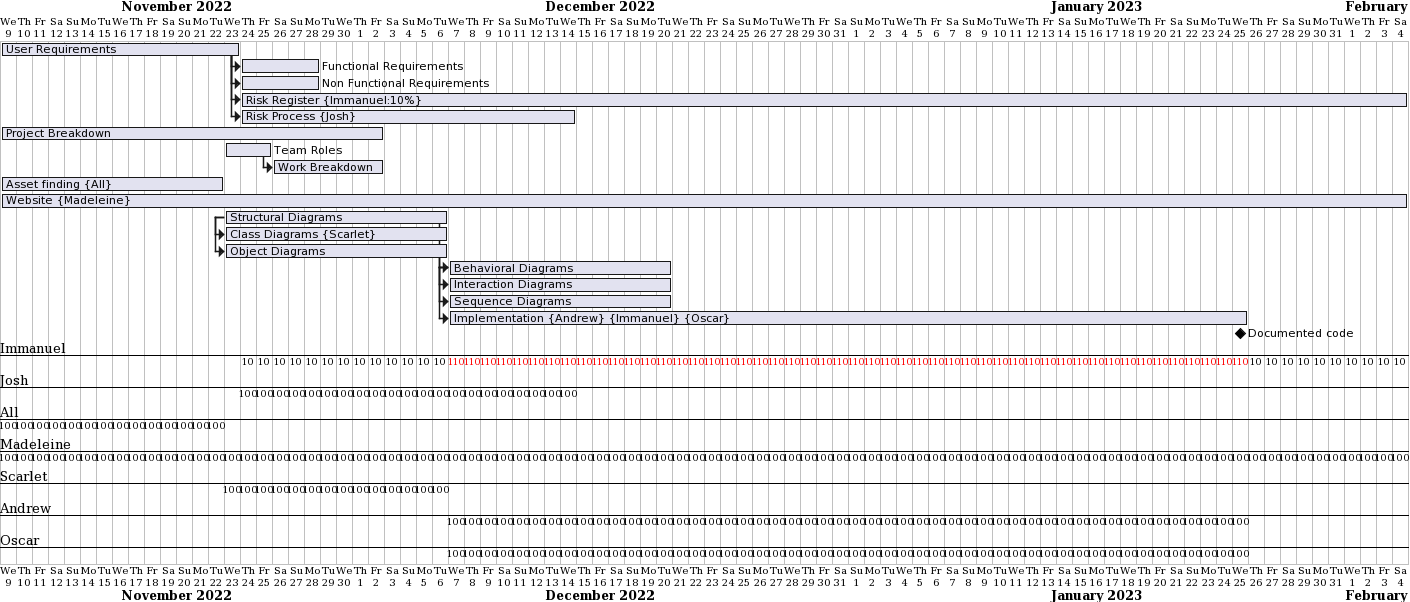
Earlier version of the PlantUML export img/plan2.png (mud66/mud66.github.io). The source it was exported from:
```plantuml
@startgantt
Project starts 2022-11-09

[User Requirements] starts 2022-11-09 and ends 2022-11-23
[Functional Requirements] starts at [User Requirements]'s end and ends 2022-11-28
[Non Functional Requirements] starts at [User Requirements]'s end and ends 2022-11-28
[Risk Register] on {Immanuel:10%} starts at [User Requirements]'s end and ends 2023-02-04
[Risk Process] on {Josh} starts at [User Requirements]'s end and lasts 3 weeks

[Project Breakdown] lasts 24 days

[Team Roles] starts 2022-11-23 and lasts 3 days

[Work Breakdown] starts at [Team Roles]'s end and lasts 7 days

[Asset finding] on {All} lasts 14 days

[Website] on {Madeleine:100%} starts 2022-11-09 and ends 2023-02-04


[Structural Diagrams] starts 2022-11-23 and lasts 14 days
[Class Diagrams] on {Scarlet} starts at [Structural Diagrams]'s start and lasts 14 days
[Object Diagrams] starts at [Structural Diagrams]'s start and lasts 14 days

[Behavioral Diagrams] starts at [Structural Diagrams]'s end and lasts 14 days
[Interaction Diagrams] starts at [Behavioral Diagrams]'s start and lasts 14 days
[Sequence Diagrams] starts at [Behavioral Diagrams]'s start and lasts 14 days

[Implementation] on {Andrew: 100%} {Immanuel: 90%} {Oscar: 100%} starts at [Object Diagrams]'s end and ends 2023-01-25
[Documented code] happens at [Implementation]'s end
@endgantt
```
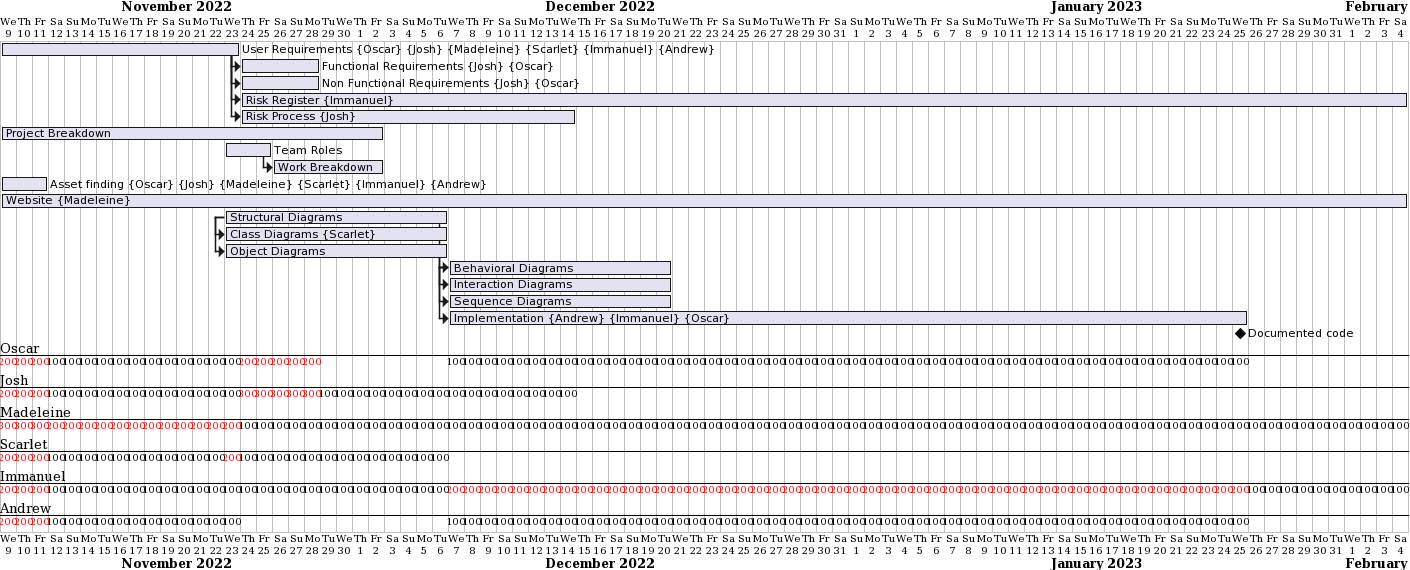
After the commit.

Commit message:
Weekly snapshot update

What changed in the source:
```diff
@@ -1,10 +1,10 @@
 @startgantt
 Project starts 2022-11-09
 
-[User Requirements] starts 2022-11-09 and ends 2022-11-23
-[Functional Requirements] starts at [User Requirements]'s end and ends 2022-11-28
-[Non Functional Requirements] starts at [User Requirements]'s end and ends 2022-11-28
-[Risk Register] on {Immanuel:10%} starts at [User Requirements]'s end and ends 2023-02-04
+[User Requirements] on {Oscar} {Josh} {Madeleine} {Scarlet} {Immanuel} {Andrew} starts 2022-11-09 and ends 2022-11-23
+[Functional Requirements] on {Josh} {Oscar} starts at [User Requirements]'s end and ends 2022-11-28
+[Non Functional Requirements] on {Josh} {Oscar} starts at [User Requirements]'s end and ends 2022-11-28
+[Risk Register] on {Immanuel} starts at [User Requirements]'s end and ends 2023-02-04
 [Risk Process] on {Josh} starts at [User Requirements]'s end and lasts 3 weeks
 
 [Project Breakdown] lasts 24 days
@@ -13,9 +13,9 @@
 
 [Work Breakdown] starts at [Team Roles]'s end and lasts 7 days
 
-[Asset finding] on {All} lasts 14 days
+[Asset finding] on {Oscar} {Josh} {Madeleine} {Scarlet} {Immanuel} {Andrew} lasts 14 days
 
-[Website] on {Madeleine:100%} starts 2022-11-09 and ends 2023-02-04
+[Website] on {Madeleine} starts 2022-11-09 and ends 2023-02-04
 
 
 [Structural Diagrams] starts 2022-11-23 and lasts 14 days
@@ -26,6 +26,6 @@
 [Interaction Diagrams] starts at [Behavioral Diagrams]'s start and lasts 14 days
 [Sequence Diagrams] starts at [Behavioral Diagrams]'s start and lasts 14 days
 
-[Implementation] on {Andrew: 100%} {Immanuel: 90%} {Oscar: 100%} starts at [Object Diagrams]'s end and ends 2023-01-25
+[Implementation] on {Andrew} {Immanuel} {Oscar} starts at [Object Diagrams]'s end and ends 2023-01-25
 [Documented code] happens at [Implementation]'s end
 @endgantt
```
